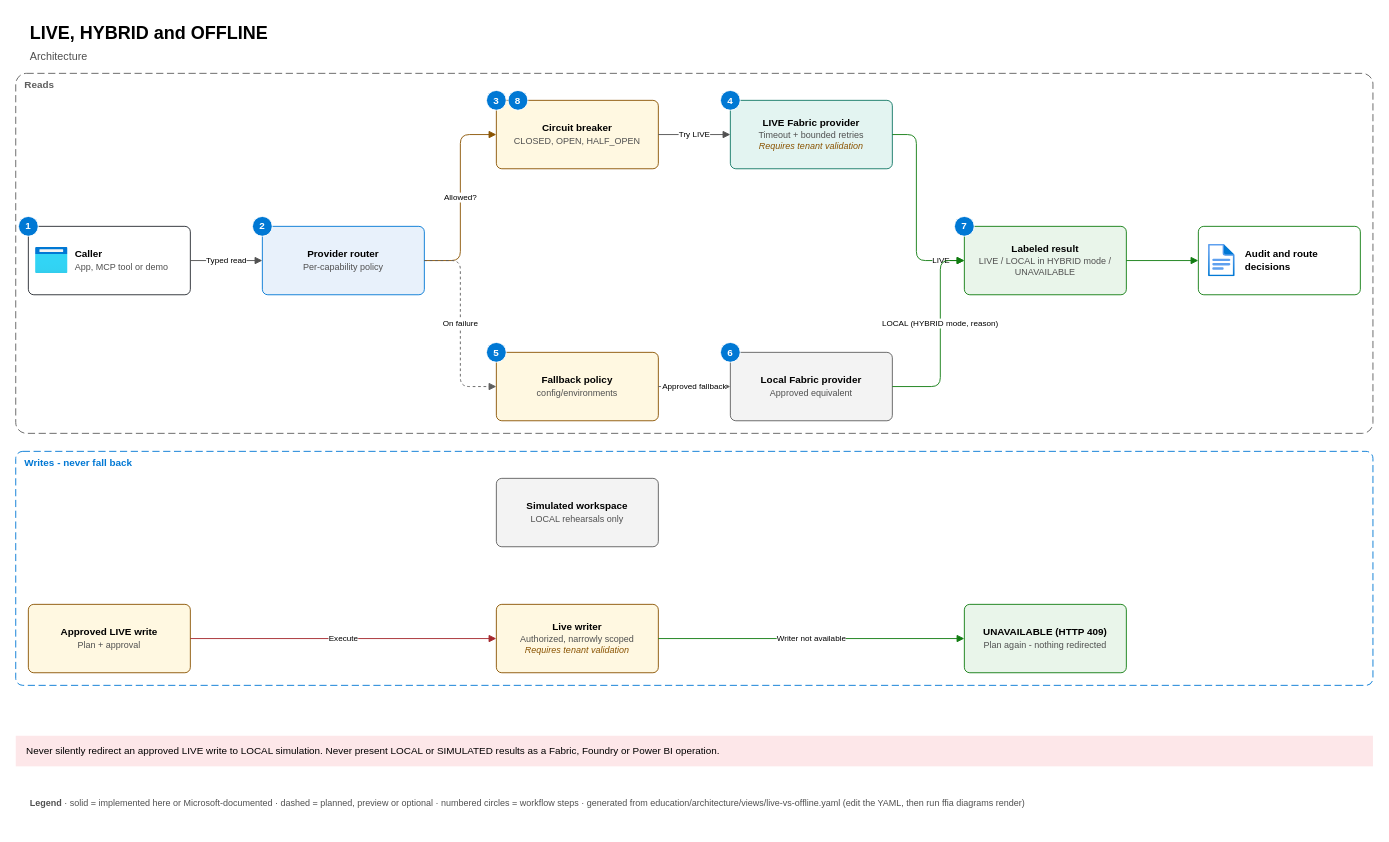
This is docs/architecture/diagrams/live-vs-offline.drawio from honestypugh2/fabric-foundry-integration-accelerator, a draw.io file, before an edit. Source tidied: cells renumbered, new cells numbered last; positions are measured from the earlier drawing's top-left corner, leaving out a move shared by most shapes. Both pictures are drawn from the tidied source at 90%, with x=0, y=0 at pixel (15, 15).
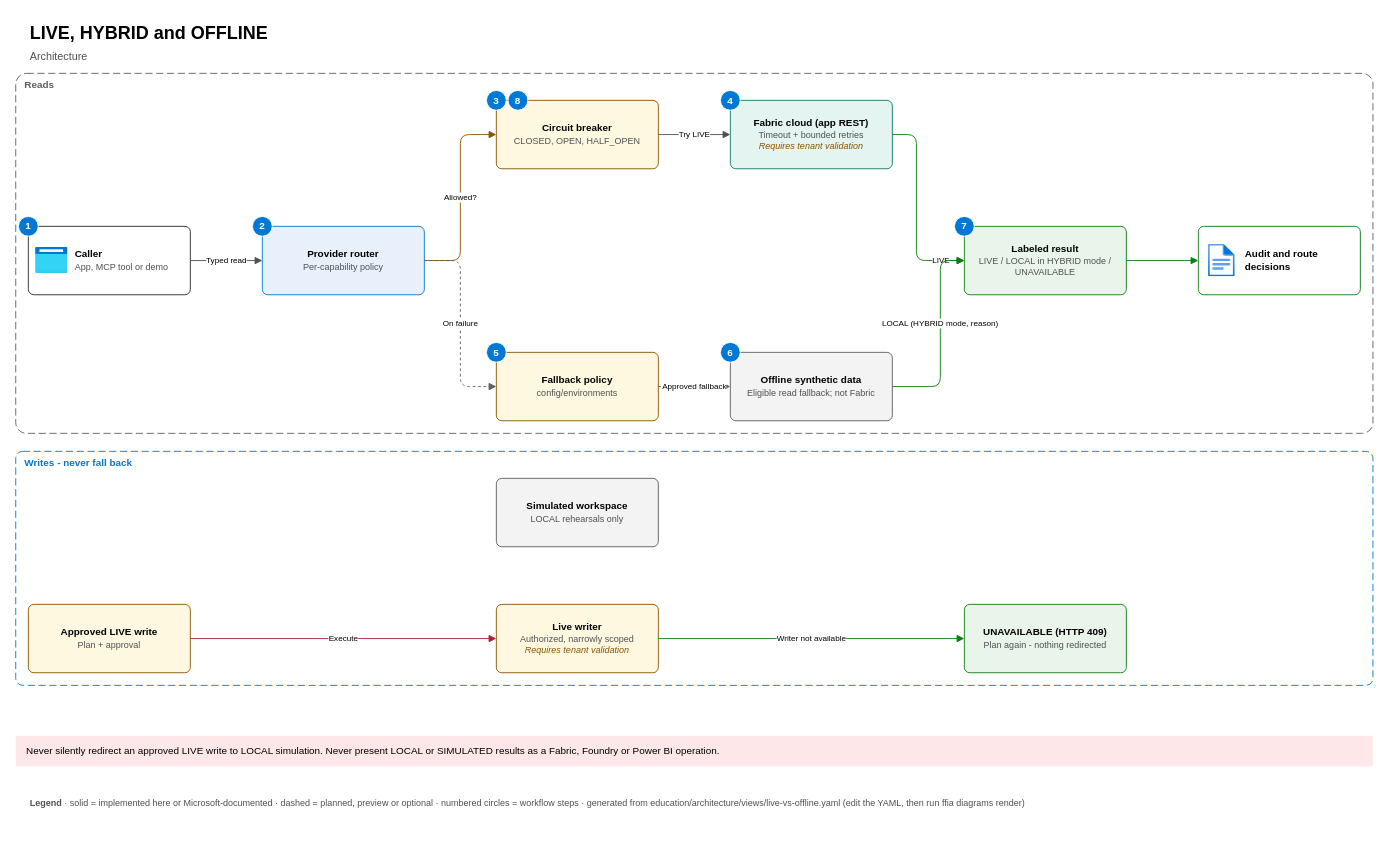
Above is the later version.

Diff of the diagram source:
```diff
@@
-    <mxCell id="10" value="&lt;b&gt;LIVE Fabric provider&lt;/b&gt;&lt;br&gt;&lt;font style=&quot;font-size:10px&quot; color=&quot;#505050&quot;&gt;Timeout + bounded retries&lt;/font&gt;&lt;br&gt;&lt;font style=&quot;font-size:10px&quot; color=&quot;#8A5300&quot;&gt;&lt;i&gt;Requires tenant validation&lt;/i&gt;&lt;/font&gt;" style="rounded=1;whiteSpace=wrap;html=1;arcSize=8;fontSize=11;spacingLeft=6;spacingRight=6;fillColor=#E3F4F1;strokeColor=#117865;" parent="1" vertex="1">
+    <mxCell id="10" value="&lt;b&gt;Fabric cloud (app REST)&lt;/b&gt;&lt;br&gt;&lt;font style=&quot;font-size:10px&quot; color=&quot;#505050&quot;&gt;Timeout + bounded retries&lt;/font&gt;&lt;br&gt;&lt;font style=&quot;font-size:10px&quot; color=&quot;#8A5300&quot;&gt;&lt;i&gt;Requires tenant validation&lt;/i&gt;&lt;/font&gt;" style="rounded=1;whiteSpace=wrap;html=1;arcSize=8;fontSize=11;spacingLeft=6;spacingRight=6;fillColor=#E3F4F1;strokeColor=#117865;" parent="1" vertex="1">
       <mxGeometry x="794" y="94" width="180" height="76" as="geometry" />
     </mxCell>
@@
-    <mxCell id="12" value="&lt;b&gt;Local Fabric provider&lt;/b&gt;&lt;br&gt;&lt;font style=&quot;font-size:10px&quot; color=&quot;#505050&quot;&gt;Approved equivalent&lt;/font&gt;" style="rounded=1;whiteSpace=wrap;html=1;arcSize=8;fontSize=11;spacingLeft=6;spacingRight=6;fillColor=#F3F3F3;strokeColor=#5E5E5E;" parent="1" vertex="1">
+    <mxCell id="12" value="&lt;b&gt;Offline synthetic data&lt;/b&gt;&lt;br&gt;&lt;font style=&quot;font-size:10px&quot; color=&quot;#505050&quot;&gt;Eligible read fallback; not Fabric&lt;/font&gt;" style="rounded=1;whiteSpace=wrap;html=1;arcSize=8;fontSize=11;spacingLeft=6;spacingRight=6;fillColor=#F3F3F3;strokeColor=#5E5E5E;" parent="1" vertex="1">
       <mxGeometry x="794" y="374" width="180" height="76" as="geometry" />
     </mxCell>
```
